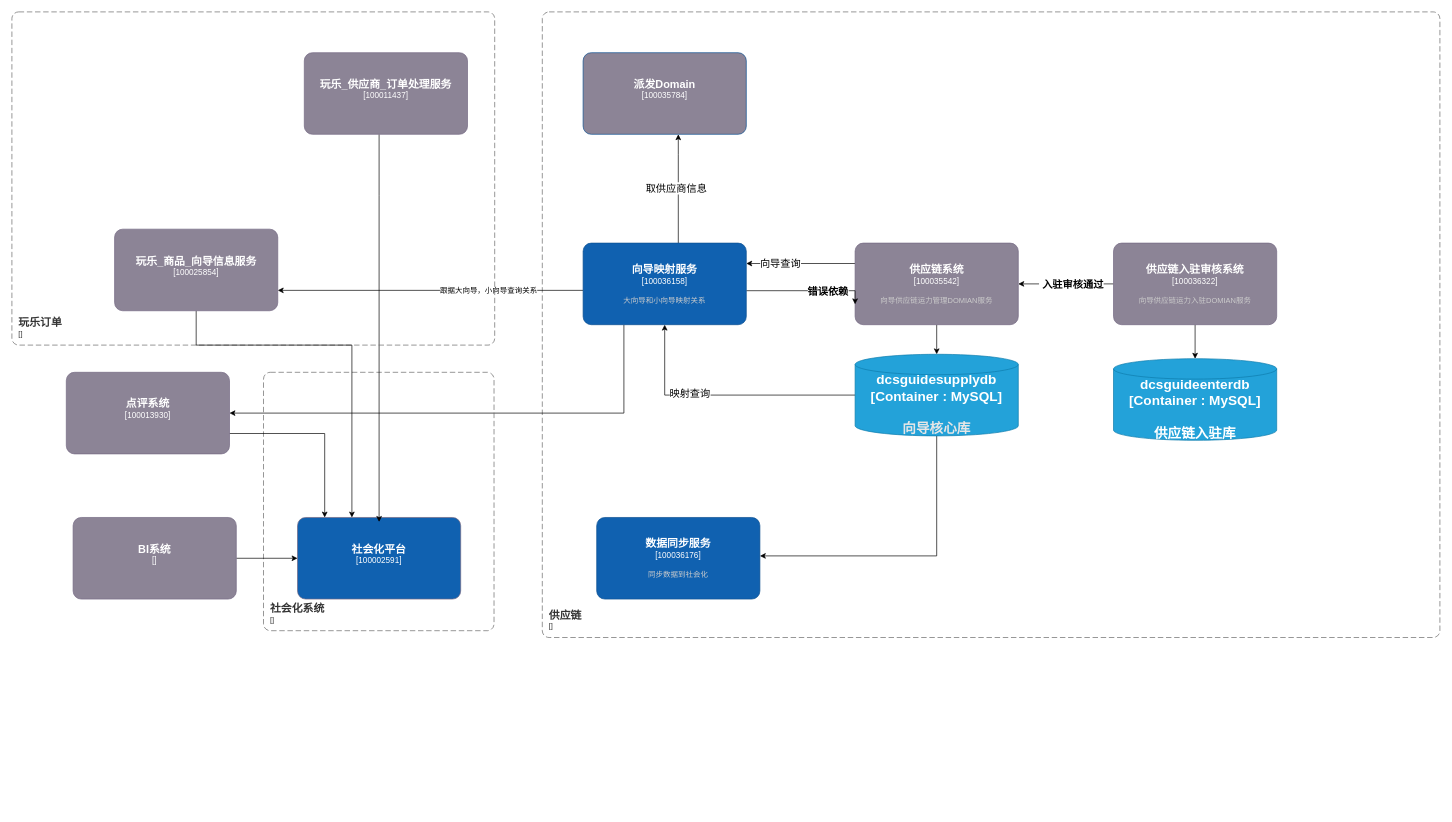
Before: page "同步流程" (3 of 4) of 向导.drawio in leonwcy/test, a draw.io diagram. Source tidied: cells renumbered, new cells numbered last; positions are measured from the earlier drawing's top-left corner, leaving out a move shared by most shapes. Both pictures are drawn from the tidied source at 68%, with x=0, y=0 at pixel (12, 12).
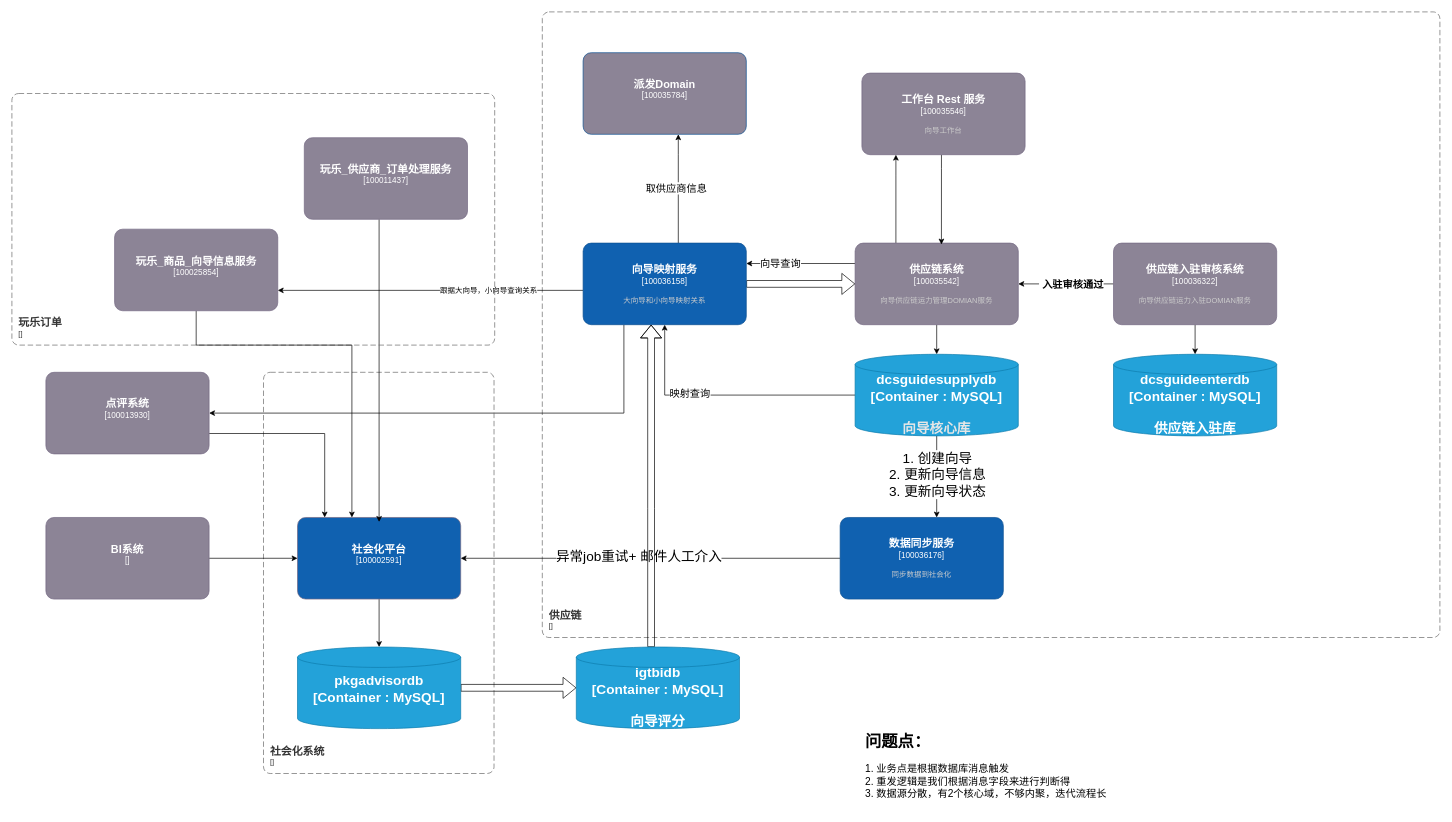
After the change.

The change refers to these unchanged cells:
```xml
<object id="6" label="&lt;font style=&quot;font-size: 16px&quot;&gt;&lt;b&gt;%c4Name%&lt;/b&gt;&lt;/font&gt;&lt;div&gt;[%c4Type%]&lt;/div&gt;&lt;br&gt;&lt;div&gt;&lt;font style=&quot;font-size: 11px&quot;&gt;&lt;font color=&quot;#cccccc&quot;&gt;%c4Description%&lt;/font&gt;&lt;/div&gt;" c4Description="向导供应链运力管理DOMIAN服务" c4Name="供应链系统" c4Type="100035542" placeholders="1">
  <mxCell style="rounded=1;whiteSpace=wrap;html=1;labelBackgroundColor=none;fillColor=#8C8496;fontColor=#ffffff;align=center;arcSize=10;strokeColor=#736782;points=[[0.25,0,0],[0.5,0,0],[0.75,0,0],[1,0.25,0],[1,0.5,0],[1,0.75,0],[0.75,1,0],[0.5,1,0],[0.25,1,0],[0,0.75,0],[0,0.5,0],[0,0.25,0]];" parent="1" vertex="1">
    <mxGeometry x="1240" y="340" width="240" height="120" as="geometry" />
  </mxCell>
</object>
<mxCell id="12" style="edgeStyle=orthogonalEdgeStyle;rounded=0;jettySize=auto;html=1;fontColor=#FF0000;" parent="1" edge="1" source="15" target="25">
  <mxGeometry relative="1" as="geometry">
    <Array as="points">
      <mxPoint x="1360" y="800" />
    </Array>
  </mxGeometry>
</mxCell>
<object id="24" label="&lt;font style=&quot;font-size: 16px&quot;&gt;&lt;b&gt;%c4Name%&lt;/b&gt;&lt;/font&gt;&lt;div&gt;[%c4Type%]&lt;/div&gt;&lt;br&gt;&lt;div&gt;&lt;font style=&quot;font-size: 11px&quot;&gt;&lt;font color=&quot;#cccccc&quot;&gt;%c4Description%&lt;/font&gt;&lt;/div&gt;" c4Description="大向导和小向导映射关系" c4Name="向导映射服务" c4Type="100036158" placeholders="1">
  <mxCell style="rounded=1;whiteSpace=wrap;html=1;labelBackgroundColor=none;fillColor=#1061B0;fontColor=#ffffff;align=center;arcSize=10;strokeColor=#0D5091;points=[[0.25,0,0],[0.5,0,0],[0.75,0,0],[1,0.25,0],[1,0.5,0],[1,0.75,0],[0.75,1,0],[0.5,1,0],[0.25,1,0],[0,0.75,0],[0,0.5,0],[0,0.25,0]];" parent="1" vertex="1">
    <mxGeometry x="840" y="340" width="240" height="120" as="geometry" />
  </mxCell>
</object>
<object id="27" label="&lt;font style=&quot;font-size: 16px&quot;&gt;&lt;b&gt;%c4Name%&lt;/b&gt;&lt;/font&gt;&lt;div&gt;[%c4Type%]&lt;/div&gt;&lt;br&gt;&lt;div&gt;&lt;font style=&quot;font-size: 11px&quot;&gt;&lt;font color=&quot;#cccccc&quot;&gt;%c4Description%&lt;/font&gt;&lt;/div&gt;" c4Description="" c4Name="社会化平台" c4Type="100002591" placeholders="1">
  <mxCell style="rounded=1;whiteSpace=wrap;html=1;labelBackgroundColor=none;fillColor=#1061B0;fontColor=#ffffff;align=center;arcSize=10;strokeColor=#736782;points=[[0.25,0,0],[0.5,0,0],[0.75,0,0],[1,0.25,0],[1,0.5,0],[1,0.75,0],[0.75,1,0],[0.5,1,0],[0.25,1,0],[0,0.75,0],[0,0.5,0],[0,0.25,0]];" parent="1" vertex="1">
    <mxGeometry x="420" y="743.5" width="240" height="120" as="geometry" />
  </mxCell>
</object>
```

Diff of the diagram source:
```diff
@@
+    <mxCell id="37" style="edgeStyle=orthogonalEdgeStyle;rounded=0;jettySize=auto;html=1;exitX=0.25;exitY=0;exitDx=0;exitDy=0;exitPerimeter=0;fontSize=15;" parent="1" edge="1" source="6" target="46">
+      <mxGeometry relative="1" as="geometry">
+        <Array as="points">
+          <mxPoint x="1300" y="240" />
+          <mxPoint x="1300" y="240" />
+        </Array>
+      </mxGeometry>
+    </mxCell>
@@
     <object id="11" label="&lt;font style=&quot;font-size: 20px;&quot;&gt;&lt;b style=&quot;font-size: 20px;&quot;&gt;%c4Type%&lt;/b&gt;&lt;/font&gt;&lt;div style=&quot;font-size: 20px;&quot;&gt;&lt;b style=&quot;font-size: 20px;&quot;&gt;[%c4Container%:&amp;nbsp;%c4Technology%]&lt;/b&gt;&lt;/div&gt;&lt;b style=&quot;font-size: 20px;&quot;&gt;&lt;br style=&quot;font-size: 20px;&quot;&gt;&lt;div style=&quot;font-size: 20px;&quot;&gt;&lt;font style=&quot;font-size: 20px;&quot;&gt;&lt;font style=&quot;font-size: 20px;&quot;&gt;%c4Description%&lt;/font&gt;&lt;/font&gt;&lt;/div&gt;&lt;/b&gt;" c4Container="Container " c4Description="供应链入驻库" c4Technology="MySQL" c4Type="dcsguideenterdb" placeholders="1">
       <mxCell style="shape=cylinder3;size=15;whiteSpace=wrap;html=1;boundedLbl=1;rounded=0;labelBackgroundColor=none;fillColor=#23A2D9;fontSize=20;fontColor=#FFFFFF;align=center;strokeColor=#0E7DAD;points=[[0.5,0,0],[1,0.25,0],[1,0.5,0],[1,0.75,0],[0.5,1,0],[0,0.75,0],[0,0.5,0],[0,0.25,0]];" parent="1" vertex="1">
-        <mxGeometry x="1620" y="510" width="240" height="120" as="geometry" />
+        <mxGeometry x="1620" y="503.5" width="240" height="120" as="geometry" />
       </mxCell>
     </object>
@@
+    <mxCell id="38" value="1. 创建向导&lt;br&gt;2. 更新向导信息&lt;br&gt;3. 更新向导状态" style="edgeLabel;html=1;align=center;verticalAlign=middle;fontSize=20;" parent="12" vertex="1">
+      <mxGeometry x="-0.42" y="-1" relative="1" as="geometry">
+        <mxPoint x="1" y="21" as="offset" />
+      </mxGeometry>
+    </mxCell>
@@
+    <mxCell id="23" style="edgeStyle=orthogonalEdgeStyle;rounded=0;jettySize=auto;html=1;exitX=0.25;exitY=1;exitDx=0;exitDy=0;exitPerimeter=0;entryX=1;entryY=0.5;entryDx=0;entryDy=0;entryPerimeter=0;fontSize=15;fontColor=#000000;" parent="1" edge="1" source="24" target="34">
+      <mxGeometry relative="1" as="geometry" />
+    </mxCell>
-    <mxCell id="21" style="edgeStyle=orthogonalEdgeStyle;rounded=0;jettySize=auto;html=1;entryX=0;entryY=0.75;entryDx=0;entryDy=0;entryPerimeter=0;fontSize=15;fontColor=#000000;" parent="1" edge="1" source="24" target="6">
-      <mxGeometry relative="1" as="geometry">
-        <Array as="points">
-          <mxPoint x="1230" y="410" />
-          <mxPoint x="1230" y="410" />
-        </Array>
-      </mxGeometry>
+    <mxCell id="21" style="edgeStyle=orthogonalEdgeStyle;rounded=0;jettySize=auto;html=1;fontSize=15;shape=flexArrow;" parent="1" edge="1" source="24" target="6">
+      <mxGeometry relative="1" as="geometry" />
     </mxCell>
-    <mxCell id="22" value="错误依赖" style="edgeLabel;html=1;align=center;verticalAlign=middle;fontSize=15;fontColor=#000000;fontStyle=1;" parent="21" vertex="1">
-      <mxGeometry x="-0.37" y="-3" relative="1" as="geometry">
-        <mxPoint x="62" y="-3" as="offset" />
-      </mxGeometry>
-    </mxCell>
-    <mxCell id="23" style="edgeStyle=orthogonalEdgeStyle;rounded=0;jettySize=auto;html=1;exitX=0.25;exitY=1;exitDx=0;exitDy=0;exitPerimeter=0;entryX=1;entryY=0.5;entryDx=0;entryDy=0;entryPerimeter=0;fontSize=15;fontColor=#000000;" parent="1" edge="1" source="24" target="34">
-      <mxGeometry relative="1" as="geometry" />
-    </mxCell>
@@
+    <mxCell id="39" style="edgeStyle=orthogonalEdgeStyle;rounded=0;jettySize=auto;html=1;entryX=1;entryY=0.5;entryDx=0;entryDy=0;entryPerimeter=0;" parent="1" edge="1" source="25" target="27">
+      <mxGeometry relative="1" as="geometry" />
+    </mxCell>
+    <mxCell id="40" value="&lt;span style=&quot;font-size: 20px;&quot;&gt;异常job重试+ 邮件人工介入&lt;/span&gt;" style="edgeLabel;html=1;align=center;verticalAlign=middle;fontSize=15;" parent="39" vertex="1">
+      <mxGeometry x="0.37" y="2" relative="1" as="geometry">
+        <mxPoint x="85" y="-6" as="offset" />
+      </mxGeometry>
+    </mxCell>
     <object id="25" label="&lt;font style=&quot;font-size: 16px&quot;&gt;&lt;b&gt;%c4Name%&lt;/b&gt;&lt;/font&gt;&lt;div&gt;[%c4Type%]&lt;/div&gt;&lt;br&gt;&lt;div&gt;&lt;font style=&quot;font-size: 11px&quot;&gt;&lt;font color=&quot;#cccccc&quot;&gt;%c4Description%&lt;/font&gt;&lt;/div&gt;" c4Description="同步数据到社会化" c4Name="数据同步服务" c4Type="100036176" placeholders="1">
       <mxCell style="rounded=1;whiteSpace=wrap;html=1;labelBackgroundColor=none;fillColor=#1061B0;fontColor=#ffffff;align=center;arcSize=10;strokeColor=#0D5091;points=[[0.25,0,0],[0.5,0,0],[0.75,0,0],[1,0.25,0],[1,0.5,0],[1,0.75,0],[0.75,1,0],[0.5,1,0],[0.25,1,0],[0,0.75,0],[0,0.5,0],[0,0.25,0]];" parent="1" vertex="1">
-        <mxGeometry x="860" y="743.5" width="240" height="120" as="geometry" />
+        <mxGeometry x="1218" y="743.5" width="240" height="120" as="geometry" />
       </mxCell>
     </object>
     <object id="26" label="&lt;font style=&quot;font-size: 16px&quot;&gt;&lt;b&gt;&lt;div style=&quot;text-align: left&quot;&gt;%c4Name%&lt;/div&gt;&lt;/b&gt;&lt;/font&gt;&lt;div style=&quot;text-align: left&quot;&gt;[%c4Application%]&lt;/div&gt;" c4Application="" c4Name="社会化系统" placeholders="1">
       <mxCell style="rounded=1;fontSize=11;whiteSpace=wrap;html=1;dashed=1;arcSize=20;fillColor=none;strokeColor=#666666;fontColor=#333333;labelBackgroundColor=none;align=left;verticalAlign=bottom;labelBorderColor=none;spacingTop=0;spacing=10;dashPattern=8 4;perimeter=rectanglePerimeter;noLabel=0;labelPadding=0;absoluteArcSize=1;" parent="1" vertex="1">
-        <mxGeometry x="370" y="530" width="339" height="380" as="geometry" />
+        <mxGeometry x="370" y="530" width="339" height="590" as="geometry" />
       </mxCell>
     </object>
+    <mxCell id="41" style="edgeStyle=orthogonalEdgeStyle;rounded=0;jettySize=auto;html=1;entryX=0.5;entryY=0;entryDx=0;entryDy=0;entryPerimeter=0;fontSize=15;" parent="1" edge="1" source="27" target="44">
+      <mxGeometry relative="1" as="geometry" />
+    </mxCell>
@@
     <object id="29" label="&lt;font style=&quot;font-size: 16px&quot;&gt;&lt;b&gt;%c4Name%&lt;/b&gt;&lt;/font&gt;&lt;div&gt;[%c4Type%]&lt;/div&gt;&lt;br&gt;&lt;div&gt;&lt;font style=&quot;font-size: 11px&quot;&gt;&lt;font color=&quot;#cccccc&quot;&gt;%c4Description%&lt;/font&gt;&lt;/div&gt;" c4Description="" c4Name="玩乐_供应商_订单处理服务" c4Type="100011437" placeholders="1">
       <mxCell style="rounded=1;whiteSpace=wrap;html=1;labelBackgroundColor=none;fillColor=#8C8496;fontColor=#ffffff;align=center;arcSize=10;strokeColor=#736782;points=[[0.25,0,0],[0.5,0,0],[0.75,0,0],[1,0.25,0],[1,0.5,0],[1,0.75,0],[0.75,1,0],[0.5,1,0],[0.25,1,0],[0,0.75,0],[0,0.5,0],[0,0.25,0]];" parent="1" vertex="1">
-        <mxGeometry x="430" y="60" width="240" height="120" as="geometry" />
+        <mxGeometry x="430" y="185" width="240" height="120" as="geometry" />
       </mxCell>
     </object>
     <object id="30" label="&lt;font style=&quot;font-size: 16px&quot;&gt;&lt;b&gt;&lt;div style=&quot;text-align: left&quot;&gt;%c4Name%&lt;/div&gt;&lt;/b&gt;&lt;/font&gt;&lt;div style=&quot;text-align: left&quot;&gt;[%c4Application%]&lt;/div&gt;" c4Application="" c4Name="玩乐订单" placeholders="1">
       <mxCell style="rounded=1;fontSize=11;whiteSpace=wrap;html=1;dashed=1;arcSize=20;fillColor=none;strokeColor=#666666;fontColor=#333333;labelBackgroundColor=none;align=left;verticalAlign=bottom;labelBorderColor=none;spacingTop=0;spacing=10;dashPattern=8 4;perimeter=rectanglePerimeter;noLabel=0;labelPadding=0;absoluteArcSize=1;" parent="1" vertex="1">
-        <mxGeometry width="710" height="490" as="geometry" />
+        <mxGeometry y="120" width="710" height="370" as="geometry" />
       </mxCell>
     </object>
@@
     <object id="34" label="&lt;font style=&quot;font-size: 16px&quot;&gt;&lt;b&gt;%c4Name%&lt;/b&gt;&lt;/font&gt;&lt;div&gt;[%c4Type%]&lt;/div&gt;&lt;br&gt;&lt;div&gt;&lt;font style=&quot;font-size: 11px&quot;&gt;&lt;font color=&quot;#cccccc&quot;&gt;%c4Description%&lt;/font&gt;&lt;/div&gt;" c4Description="" c4Name="点评系统" c4Type="100013930" placeholders="1">
       <mxCell style="rounded=1;whiteSpace=wrap;html=1;labelBackgroundColor=none;fillColor=#8C8496;fontColor=#ffffff;align=center;arcSize=10;strokeColor=#736782;points=[[0.25,0,0],[0.5,0,0],[0.75,0,0],[1,0.25,0],[1,0.5,0],[1,0.75,0],[0.75,1,0],[0.5,1,0],[0.25,1,0],[0,0.75,0],[0,0.5,0],[0,0.25,0]];" parent="1" vertex="1">
-        <mxGeometry x="80" y="530" width="240" height="120" as="geometry" />
+        <mxGeometry x="50" y="530" width="240" height="120" as="geometry" />
       </mxCell>
     </object>
@@
     <object id="36" label="&lt;font style=&quot;font-size: 16px&quot;&gt;&lt;b&gt;%c4Name%&lt;/b&gt;&lt;/font&gt;&lt;div&gt;[%c4Type%]&lt;/div&gt;&lt;br&gt;&lt;div&gt;&lt;font style=&quot;font-size: 11px&quot;&gt;&lt;font color=&quot;#cccccc&quot;&gt;%c4Description%&lt;/font&gt;&lt;/div&gt;" c4Description="" c4Name="BI系统" c4Type="" placeholders="1">
       <mxCell style="rounded=1;whiteSpace=wrap;html=1;labelBackgroundColor=none;fillColor=#8C8496;fontColor=#ffffff;align=center;arcSize=10;strokeColor=#736782;points=[[0.25,0,0],[0.5,0,0],[0.75,0,0],[1,0.25,0],[1,0.5,0],[1,0.75,0],[0.75,1,0],[0.5,1,0],[0.25,1,0],[0,0.75,0],[0,0.5,0],[0,0.25,0]];" parent="1" vertex="1">
-        <mxGeometry x="90" y="743.5" width="240" height="120" as="geometry" />
+        <mxGeometry x="50" y="743.5" width="240" height="120" as="geometry" />
       </mxCell>
     </object>
+    <mxCell id="42" value="&lt;h1&gt;问题点：&amp;nbsp;&lt;/h1&gt;&lt;div style=&quot;font-size: 15px;&quot;&gt;&lt;span style=&quot;&quot;&gt;1. 业务点是根据数据库消息触发&lt;/span&gt;&lt;/div&gt;&lt;div style=&quot;font-size: 15px;&quot;&gt;&lt;span style=&quot;&quot;&gt;2. 重发逻辑是我们根据消息字段来进行判断得&lt;/span&gt;&lt;/div&gt;&lt;div style=&quot;font-size: 15px;&quot;&gt;&lt;span style=&quot;&quot;&gt;3. 数据源分散，有2个核心域，不够内聚，迭代流程长&lt;/span&gt;&lt;/div&gt;" style="text;html=1;strokeColor=none;fillColor=none;spacing=5;spacingTop=-20;whiteSpace=wrap;overflow=hidden;rounded=0;" parent="1" vertex="1">
+      <mxGeometry x="1250" y="1054" width="380" height="120" as="geometry" />
+    </mxCell>
+    <mxCell id="43" style="edgeStyle=orthogonalEdgeStyle;rounded=0;jettySize=auto;html=1;fontSize=15;shape=flexArrow;" parent="1" edge="1" source="44" target="48">
+      <mxGeometry relative="1" as="geometry" />
+    </mxCell>
+    <object id="44" label="&lt;font style=&quot;font-size: 20px;&quot;&gt;&lt;b style=&quot;font-size: 20px;&quot;&gt;%c4Type%&lt;/b&gt;&lt;/font&gt;&lt;div style=&quot;font-size: 20px;&quot;&gt;&lt;b style=&quot;font-size: 20px;&quot;&gt;[%c4Container%:&amp;nbsp;%c4Technology%]&lt;/b&gt;&lt;/div&gt;&lt;b style=&quot;font-size: 20px;&quot;&gt;&lt;br style=&quot;font-size: 20px;&quot;&gt;&lt;div style=&quot;font-size: 20px;&quot;&gt;&lt;font style=&quot;font-size: 20px;&quot;&gt;&lt;font color=&quot;#E6E6E6&quot; style=&quot;font-size: 20px;&quot;&gt;%c4Description%&lt;/font&gt;&lt;/font&gt;&lt;/div&gt;&lt;/b&gt;" c4Container="Container " c4Description="" c4Technology="MySQL" c4Type="pkgadvisordb" placeholders="1">
+      <mxCell style="shape=cylinder3;size=15;whiteSpace=wrap;html=1;boundedLbl=1;rounded=0;labelBackgroundColor=none;fillColor=#23A2D9;fontSize=20;fontColor=#ffffff;align=center;strokeColor=#0E7DAD;points=[[0.5,0,0],[1,0.25,0],[1,0.5,0],[1,0.75,0],[0.5,1,0],[0,0.75,0],[0,0.5,0],[0,0.25,0]];" parent="1" vertex="1">
+        <mxGeometry x="420" y="934" width="240" height="120" as="geometry" />
+      </mxCell>
+    </object>
+    <mxCell id="45" style="edgeStyle=orthogonalEdgeStyle;rounded=0;jettySize=auto;html=1;entryX=0.529;entryY=0.017;entryDx=0;entryDy=0;entryPerimeter=0;fontSize=15;" parent="1" edge="1" source="46" target="6">
+      <mxGeometry relative="1" as="geometry">
+        <Array as="points">
+          <mxPoint x="1367" y="230" />
+          <mxPoint x="1367" y="230" />
+        </Array>
+      </mxGeometry>
+    </mxCell>
+    <object id="46" label="&lt;font style=&quot;font-size: 16px&quot;&gt;&lt;b&gt;%c4Name%&lt;/b&gt;&lt;/font&gt;&lt;div&gt;[%c4Type%]&lt;/div&gt;&lt;br&gt;&lt;div&gt;&lt;font style=&quot;font-size: 11px&quot;&gt;&lt;font color=&quot;#cccccc&quot;&gt;%c4Description%&lt;/font&gt;&lt;/div&gt;" c4Description="向导工作台" c4Name="工作台 Rest 服务" c4Type="100035546" placeholders="1">
+      <mxCell style="rounded=1;whiteSpace=wrap;html=1;labelBackgroundColor=none;fillColor=#8C8496;fontColor=#ffffff;align=center;arcSize=10;strokeColor=#736782;points=[[0.25,0,0],[0.5,0,0],[0.75,0,0],[1,0.25,0],[1,0.5,0],[1,0.75,0],[0.75,1,0],[0.5,1,0],[0.25,1,0],[0,0.75,0],[0,0.5,0],[0,0.25,0]];" parent="1" vertex="1">
+        <mxGeometry x="1250" y="90" width="240" height="120" as="geometry" />
+      </mxCell>
+    </object>
+    <mxCell id="47" style="edgeStyle=orthogonalEdgeStyle;rounded=0;jettySize=auto;html=1;fontSize=15;shape=flexArrow;" parent="1" edge="1" source="48" target="24">
+      <mxGeometry relative="1" as="geometry">
+        <Array as="points">
+          <mxPoint x="940" y="730" />
+          <mxPoint x="940" y="730" />
+        </Array>
+      </mxGeometry>
+    </mxCell>
+    <object id="48" label="&lt;font style=&quot;font-size: 20px;&quot;&gt;&lt;b style=&quot;font-size: 20px;&quot;&gt;%c4Type%&lt;/b&gt;&lt;/font&gt;&lt;div style=&quot;font-size: 20px;&quot;&gt;&lt;b style=&quot;font-size: 20px;&quot;&gt;[%c4Container%:&amp;nbsp;%c4Technology%]&lt;/b&gt;&lt;/div&gt;&lt;b style=&quot;font-size: 20px;&quot;&gt;&lt;br style=&quot;font-size: 20px;&quot;&gt;&lt;div style=&quot;font-size: 20px;&quot;&gt;&lt;font style=&quot;font-size: 20px;&quot;&gt;&lt;font style=&quot;font-size: 20px;&quot;&gt;%c4Description%&lt;/font&gt;&lt;/font&gt;&lt;/div&gt;&lt;/b&gt;" c4Container="Container " c4Description="向导评分" c4Technology="MySQL" c4Type="igtbidb" placeholders="1">
+      <mxCell style="shape=cylinder3;size=15;whiteSpace=wrap;html=1;boundedLbl=1;rounded=0;labelBackgroundColor=none;fillColor=#23A2D9;fontSize=20;fontColor=#FFFFFF;align=center;strokeColor=#0E7DAD;points=[[0.5,0,0],[1,0.25,0],[1,0.5,0],[1,0.75,0],[0.5,1,0],[0,0.75,0],[0,0.5,0],[0,0.25,0]];" parent="1" vertex="1">
+        <mxGeometry x="830" y="934" width="240" height="120" as="geometry" />
+      </mxCell>
+    </object>
```
